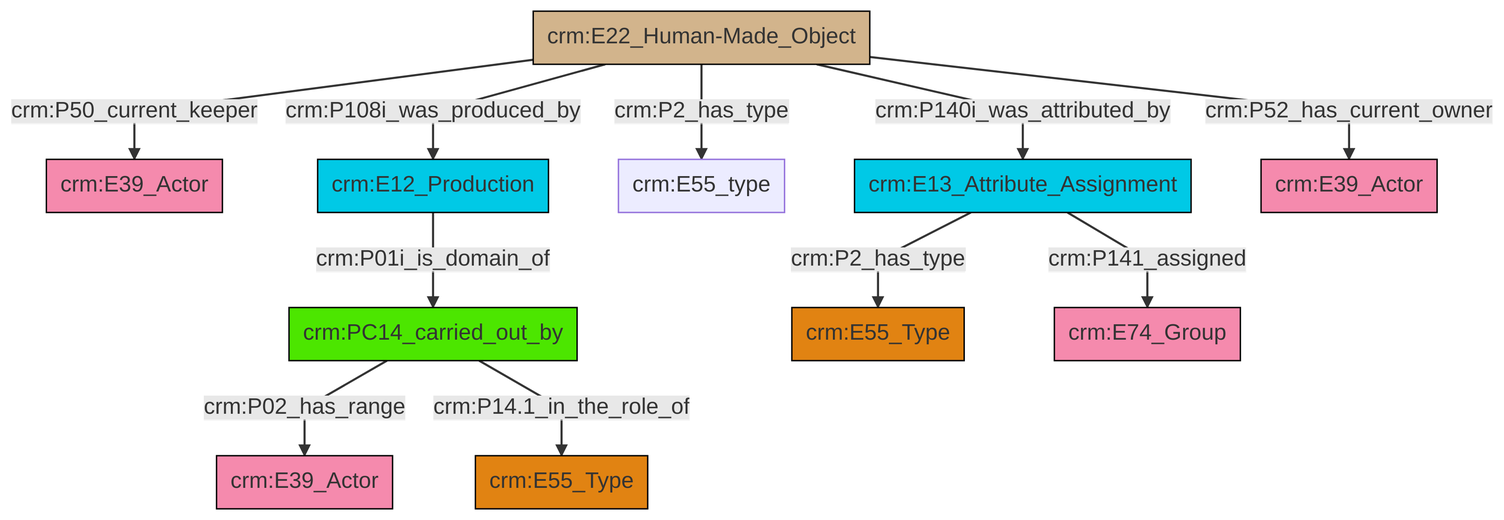
This is et/artworkCSV/ttl/mmd/png/Artwork_Actor_Relations.png from swiss-art-research-net/docs.swissartresearch, a Mermaid export, as it was before one commit. Its source is kept beside it as et/artworkCSV/ttl/mmd/Artwork_Actor_Relations.ttl.mmd.
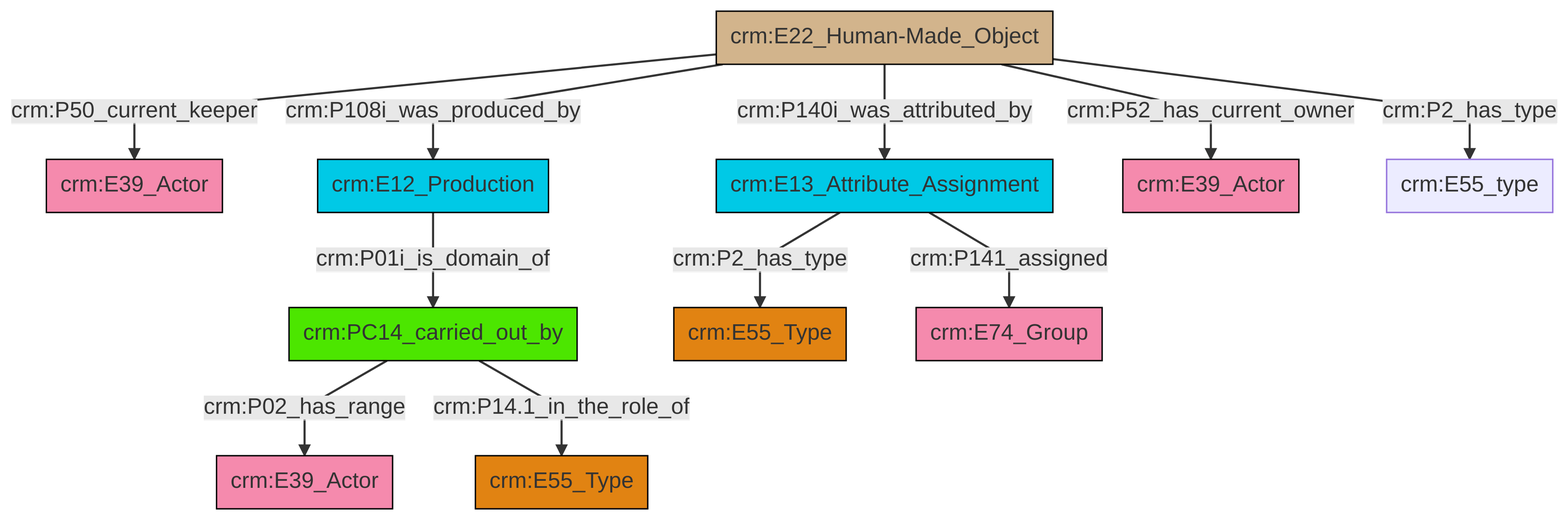
The same diagram one commit later.

What changed in the source:
```diff
@@ -13,13 +13,13 @@
 classDef PC_Classes fill:#4ce600, stroke:#000000;
 classDef Multi fill:#cccccc,stroke:#000000;
 
-4["crm:E22_Human-Made_Object"]:::Physical_Thing -->|crm:P140i_was_attributed_by| 5["crm:E13_Attribute_Assignment"]:::Temporal_Entity
-4["crm:E22_Human-Made_Object"]:::Physical_Thing -->|crm:P50_current_keeper| 0["crm:E39_Actor"]:::Actor
-8["crm:PC14_carried_out_by"]:::PC_Classes -->|crm:P02_has_range| 9["crm:E39_Actor"]:::Actor
-5["crm:E13_Attribute_Assignment"]:::Temporal_Entity -->|crm:P141_assigned| 16["crm:E74_Group"]:::Actor
-8["crm:PC14_carried_out_by"]:::PC_Classes -->|crm:P14.1_in_the_role_of| 2["crm:E55_Type"]:::Type
-4["crm:E22_Human-Made_Object"]:::Physical_Thing -->|crm:P108i_was_produced_by| 13["crm:E12_Production"]:::Temporal_Entity
-4["crm:E22_Human-Made_Object"]:::Physical_Thing -->|crm:P2_has_type| 6["crm:E55_type"]:::Default
-5["crm:E13_Attribute_Assignment"]:::Temporal_Entity -->|crm:P2_has_type| 11["crm:E55_Type"]:::Type
-13["crm:E12_Production"]:::Temporal_Entity -->|crm:P01i_is_domain_of| 8["crm:PC14_carried_out_by"]:::PC_Classes
-4["crm:E22_Human-Made_Object"]:::Physical_Thing -->|crm:P52_has_current_owner| 18["crm:E39_Actor"]:::Actor
+0["crm:E22_Human-Made_Object"]:::Physical_Thing -->|crm:P50_current_keeper| 1["crm:E39_Actor"]:::Actor
+3["crm:E13_Attribute_Assignment"]:::Temporal_Entity -->|crm:P2_has_type| 4["crm:E55_Type"]:::Type
+5["crm:PC14_carried_out_by"]:::PC_Classes -->|crm:P02_has_range| 6["crm:E39_Actor"]:::Actor
+0["crm:E22_Human-Made_Object"]:::Physical_Thing -->|crm:P108i_was_produced_by| 7["crm:E12_Production"]:::Temporal_Entity
+0["crm:E22_Human-Made_Object"]:::Physical_Thing -->|crm:P140i_was_attributed_by| 3["crm:E13_Attribute_Assignment"]:::Temporal_Entity
+3["crm:E13_Attribute_Assignment"]:::Temporal_Entity -->|crm:P141_assigned| 14["crm:E74_Group"]:::Actor
+0["crm:E22_Human-Made_Object"]:::Physical_Thing -->|crm:P52_has_current_owner| 9["crm:E39_Actor"]:::Actor
+0["crm:E22_Human-Made_Object"]:::Physical_Thing -->|crm:P2_has_type| 11["crm:E55_type"]:::Default
+5["crm:PC14_carried_out_by"]:::PC_Classes -->|crm:P14.1_in_the_role_of| 19["crm:E55_Type"]:::Type
+7["crm:E12_Production"]:::Temporal_Entity -->|crm:P01i_is_domain_of| 5["crm:PC14_carried_out_by"]:::PC_Classes
```
